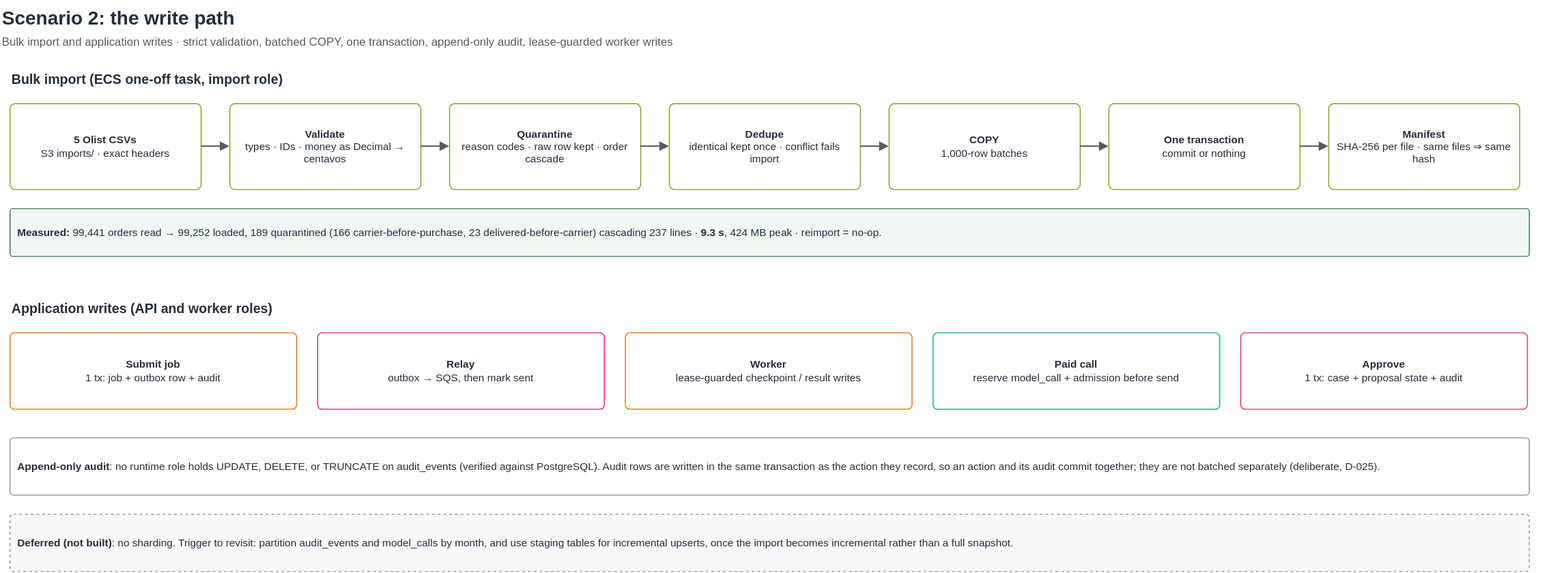
Above: docs/diagrams/write-path.svg in abh2050/ontology-ops (draw.io), before the change. Source tidied: cells renumbered, new cells last; positions are measured from the earlier drawing's top-left corner, leaving out a move shared by most shapes.
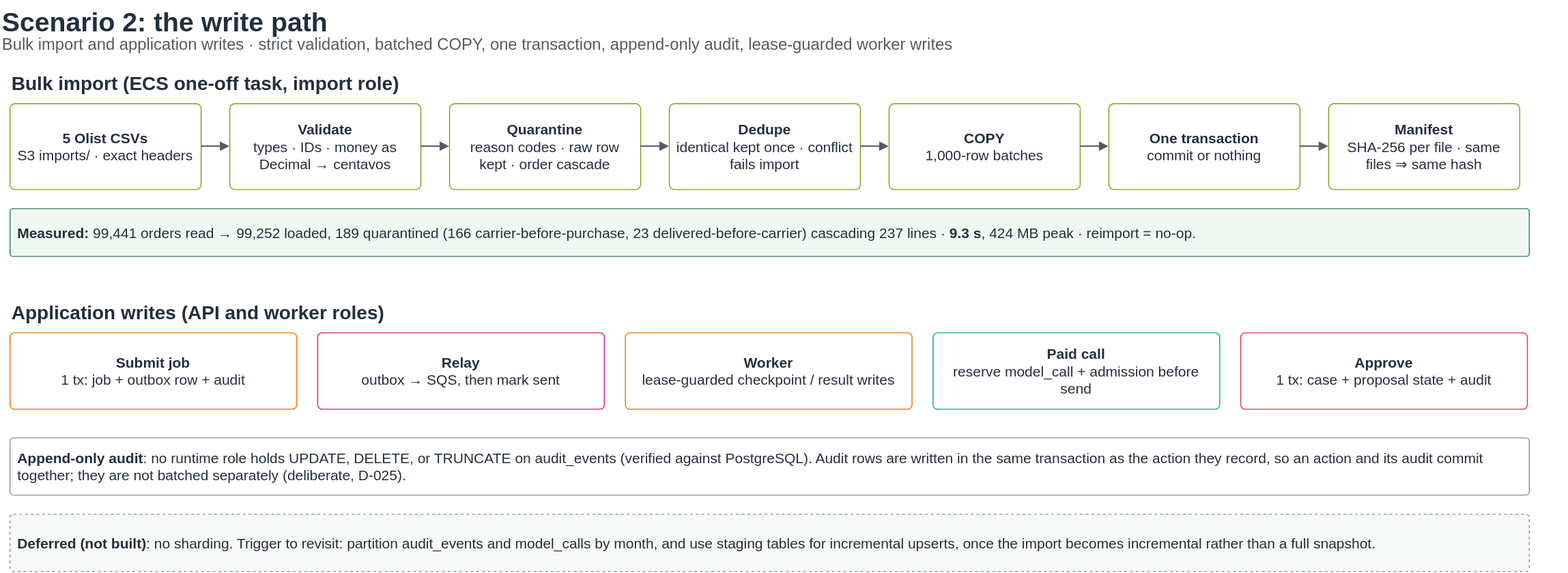
The same file after the commit.

What changed in the source:
```diff
@@ -2,79 +2,79 @@
   <root>
     <mxCell id="0" />
     <mxCell id="1" parent="0" />
-    <mxCell id="2" value="&lt;b&gt;Scenario 2: the write path&lt;/b&gt;" style="text;html=1;align=left;verticalAlign=top;whiteSpace=wrap;fontSize=20;fontColor=#232F3E;fontStyle=0;" parent="1" vertex="1">
+    <mxCell id="2" value="&lt;b&gt;Scenario 2: the write path&lt;/b&gt;" style="text;html=1;align=left;verticalAlign=top;whiteSpace=wrap;fontSize=28;fontColor=#232F3E;fontStyle=0;" parent="1" vertex="1">
       <mxGeometry width="1640" height="30" as="geometry" />
     </mxCell>
-    <mxCell id="3" value="Bulk import and application writes · strict validation, batched COPY, one transaction, append-only audit, lease-guarded worker writes" style="text;html=1;align=left;verticalAlign=top;whiteSpace=wrap;fontSize=12;fontColor=#545B64;fontStyle=0;" parent="1" vertex="1">
+    <mxCell id="3" value="Bulk import and application writes · strict validation, batched COPY, one transaction, append-only audit, lease-guarded worker writes" style="text;html=1;align=left;verticalAlign=top;whiteSpace=wrap;fontSize=17;fontColor=#545B64;fontStyle=0;" parent="1" vertex="1">
       <mxGeometry y="30" width="1640" height="22" as="geometry" />
     </mxCell>
-    <mxCell id="4" value="&lt;b&gt;Bulk import (ECS one-off task, import role)&lt;/b&gt;" style="text;html=1;align=left;verticalAlign=top;whiteSpace=wrap;fontSize=14;fontColor=#232F3E;fontStyle=0;" parent="1" vertex="1">
+    <mxCell id="4" value="&lt;b&gt;Bulk import (ECS one-off task, import role)&lt;/b&gt;" style="text;html=1;align=left;verticalAlign=top;whiteSpace=wrap;fontSize=20;fontColor=#232F3E;fontStyle=0;" parent="1" vertex="1">
       <mxGeometry x="10" y="68" width="700" height="24" as="geometry" />
     </mxCell>
-    <mxCell id="5" value="&lt;b&gt;5 Olist CSVs&lt;/b&gt;&lt;br&gt;S3 imports/ · exact headers" style="rounded=1;arcSize=6;whiteSpace=wrap;html=1;strokeColor=#7AA116;fillColor=#FFFFFF;fontColor=#232F3E;dashed=0;fontSize=11;align=center;verticalAlign=middle;spacing=8;fontStyle=0;" parent="1" vertex="1">
+    <mxCell id="5" value="&lt;b&gt;5 Olist CSVs&lt;/b&gt;&lt;br&gt;S3 imports/ · exact headers" style="rounded=1;arcSize=6;whiteSpace=wrap;html=1;strokeColor=#7AA116;fillColor=#FFFFFF;fontColor=#232F3E;dashed=0;fontSize=15;align=center;verticalAlign=middle;spacing=8;fontStyle=0;" parent="1" vertex="1">
       <mxGeometry x="10" y="108" width="200" height="90" as="geometry" />
     </mxCell>
-    <mxCell id="6" value="&lt;b&gt;Validate&lt;/b&gt;&lt;br&gt;types · IDs · money as Decimal → centavos" style="rounded=1;arcSize=6;whiteSpace=wrap;html=1;strokeColor=#7AA116;fillColor=#FFFFFF;fontColor=#232F3E;dashed=0;fontSize=11;align=center;verticalAlign=middle;spacing=8;fontStyle=0;" parent="1" vertex="1">
+    <mxCell id="6" value="&lt;b&gt;Validate&lt;/b&gt;&lt;br&gt;types · IDs · money as Decimal → centavos" style="rounded=1;arcSize=6;whiteSpace=wrap;html=1;strokeColor=#7AA116;fillColor=#FFFFFF;fontColor=#232F3E;dashed=0;fontSize=15;align=center;verticalAlign=middle;spacing=8;fontStyle=0;" parent="1" vertex="1">
       <mxGeometry x="240" y="108" width="200" height="90" as="geometry" />
     </mxCell>
-    <mxCell id="7" style="edgeStyle=orthogonalEdgeStyle;rounded=1;html=1;endArrow=block;endFill=1;strokeColor=#545B64;strokeWidth=1.5;dashed=0;fontSize=10;labelBackgroundColor=#ffffff;fontColor=#232F3E;" parent="1" edge="1" source="5" target="6">
+    <mxCell id="7" style="edgeStyle=orthogonalEdgeStyle;rounded=1;html=1;endArrow=block;endFill=1;strokeColor=#545B64;strokeWidth=1.5;dashed=0;fontSize=14;labelBackgroundColor=#ffffff;fontColor=#232F3E;" parent="1" edge="1" source="5" target="6">
       <mxGeometry relative="1" as="geometry" />
     </mxCell>
-    <mxCell id="8" value="&lt;b&gt;Quarantine&lt;/b&gt;&lt;br&gt;reason codes · raw row kept · order cascade" style="rounded=1;arcSize=6;whiteSpace=wrap;html=1;strokeColor=#7AA116;fillColor=#FFFFFF;fontColor=#232F3E;dashed=0;fontSize=11;align=center;verticalAlign=middle;spacing=8;fontStyle=0;" parent="1" vertex="1">
+    <mxCell id="8" value="&lt;b&gt;Quarantine&lt;/b&gt;&lt;br&gt;reason codes · raw row kept · order cascade" style="rounded=1;arcSize=6;whiteSpace=wrap;html=1;strokeColor=#7AA116;fillColor=#FFFFFF;fontColor=#232F3E;dashed=0;fontSize=15;align=center;verticalAlign=middle;spacing=8;fontStyle=0;" parent="1" vertex="1">
       <mxGeometry x="470" y="108" width="200" height="90" as="geometry" />
     </mxCell>
-    <mxCell id="9" style="edgeStyle=orthogonalEdgeStyle;rounded=1;html=1;endArrow=block;endFill=1;strokeColor=#545B64;strokeWidth=1.5;dashed=0;fontSize=10;labelBackgroundColor=#ffffff;fontColor=#232F3E;" parent="1" edge="1" source="6" target="8">
+    <mxCell id="9" style="edgeStyle=orthogonalEdgeStyle;rounded=1;html=1;endArrow=block;endFill=1;strokeColor=#545B64;strokeWidth=1.5;dashed=0;fontSize=14;labelBackgroundColor=#ffffff;fontColor=#232F3E;" parent="1" edge="1" source="6" target="8">
       <mxGeometry relative="1" as="geometry" />
     </mxCell>
-    <mxCell id="10" value="&lt;b&gt;Dedupe&lt;/b&gt;&lt;br&gt;identical kept once · conflict fails import" style="rounded=1;arcSize=6;whiteSpace=wrap;html=1;strokeColor=#7AA116;fillColor=#FFFFFF;fontColor=#232F3E;dashed=0;fontSize=11;align=center;verticalAlign=middle;spacing=8;fontStyle=0;" parent="1" vertex="1">
+    <mxCell id="10" value="&lt;b&gt;Dedupe&lt;/b&gt;&lt;br&gt;identical kept once · conflict fails import" style="rounded=1;arcSize=6;whiteSpace=wrap;html=1;strokeColor=#7AA116;fillColor=#FFFFFF;fontColor=#232F3E;dashed=0;fontSize=15;align=center;verticalAlign=middle;spacing=8;fontStyle=0;" parent="1" vertex="1">
       <mxGeometry x="700" y="108" width="200" height="90" as="geometry" />
     </mxCell>
-    <mxCell id="11" style="edgeStyle=orthogonalEdgeStyle;rounded=1;html=1;endArrow=block;endFill=1;strokeColor=#545B64;strokeWidth=1.5;dashed=0;fontSize=10;labelBackgroundColor=#ffffff;fontColor=#232F3E;" parent="1" edge="1" source="8" target="10">
+    <mxCell id="11" style="edgeStyle=orthogonalEdgeStyle;rounded=1;html=1;endArrow=block;endFill=1;strokeColor=#545B64;strokeWidth=1.5;dashed=0;fontSize=14;labelBackgroundColor=#ffffff;fontColor=#232F3E;" parent="1" edge="1" source="8" target="10">
       <mxGeometry relative="1" as="geometry" />
     </mxCell>
-    <mxCell id="12" value="&lt;b&gt;COPY&lt;/b&gt;&lt;br&gt;1,000-row batches" style="rounded=1;arcSize=6;whiteSpace=wrap;html=1;strokeColor=#7AA116;fillColor=#FFFFFF;fontColor=#232F3E;dashed=0;fontSize=11;align=center;verticalAlign=middle;spacing=8;fontStyle=0;" parent="1" vertex="1">
+    <mxCell id="12" value="&lt;b&gt;COPY&lt;/b&gt;&lt;br&gt;1,000-row batches" style="rounded=1;arcSize=6;whiteSpace=wrap;html=1;strokeColor=#7AA116;fillColor=#FFFFFF;fontColor=#232F3E;dashed=0;fontSize=15;align=center;verticalAlign=middle;spacing=8;fontStyle=0;" parent="1" vertex="1">
       <mxGeometry x="930" y="108" width="200" height="90" as="geometry" />
     </mxCell>
-    <mxCell id="13" style="edgeStyle=orthogonalEdgeStyle;rounded=1;html=1;endArrow=block;endFill=1;strokeColor=#545B64;strokeWidth=1.5;dashed=0;fontSize=10;labelBackgroundColor=#ffffff;fontColor=#232F3E;" parent="1" edge="1" source="10" target="12">
+    <mxCell id="13" style="edgeStyle=orthogonalEdgeStyle;rounded=1;html=1;endArrow=block;endFill=1;strokeColor=#545B64;strokeWidth=1.5;dashed=0;fontSize=14;labelBackgroundColor=#ffffff;fontColor=#232F3E;" parent="1" edge="1" source="10" target="12">
       <mxGeometry relative="1" as="geometry" />
     </mxCell>
-    <mxCell id="14" value="&lt;b&gt;One transaction&lt;/b&gt;&lt;br&gt;commit or nothing" style="rounded=1;arcSize=6;whiteSpace=wrap;html=1;strokeColor=#7AA116;fillColor=#FFFFFF;fontColor=#232F3E;dashed=0;fontSize=11;align=center;verticalAlign=middle;spacing=8;fontStyle=0;" parent="1" vertex="1">
+    <mxCell id="14" value="&lt;b&gt;One transaction&lt;/b&gt;&lt;br&gt;commit or nothing" style="rounded=1;arcSize=6;whiteSpace=wrap;html=1;strokeColor=#7AA116;fillColor=#FFFFFF;fontColor=#232F3E;dashed=0;fontSize=15;align=center;verticalAlign=middle;spacing=8;fontStyle=0;" parent="1" vertex="1">
       <mxGeometry x="1160" y="108" width="200" height="90" as="geometry" />
     </mxCell>
-    <mxCell id="15" style="edgeStyle=orthogonalEdgeStyle;rounded=1;html=1;endArrow=block;endFill=1;strokeColor=#545B64;strokeWidth=1.5;dashed=0;fontSize=10;labelBackgroundColor=#ffffff;fontColor=#232F3E;" parent="1" edge="1" source="12" target="14">
+    <mxCell id="15" style="edgeStyle=orthogonalEdgeStyle;rounded=1;html=1;endArrow=block;endFill=1;strokeColor=#545B64;strokeWidth=1.5;dashed=0;fontSize=14;labelBackgroundColor=#ffffff;fontColor=#232F3E;" parent="1" edge="1" source="12" target="14">
       <mxGeometry relative="1" as="geometry" />
     </mxCell>
-    <mxCell id="16" value="&lt;b&gt;Manifest&lt;/b&gt;&lt;br&gt;SHA-256 per file · same files ⇒ same hash" style="rounded=1;arcSize=6;whiteSpace=wrap;html=1;strokeColor=#7AA116;fillColor=#FFFFFF;fontColor=#232F3E;dashed=0;fontSize=11;align=center;verticalAlign=middle;spacing=8;fontStyle=0;" parent="1" vertex="1">
+    <mxCell id="16" value="&lt;b&gt;Manifest&lt;/b&gt;&lt;br&gt;SHA-256 per file · same files ⇒ same hash" style="rounded=1;arcSize=6;whiteSpace=wrap;html=1;strokeColor=#7AA116;fillColor=#FFFFFF;fontColor=#232F3E;dashed=0;fontSize=15;align=center;verticalAlign=middle;spacing=8;fontStyle=0;" parent="1" vertex="1">
       <mxGeometry x="1390" y="108" width="200" height="90" as="geometry" />
     </mxCell>
-    <mxCell id="17" style="edgeStyle=orthogonalEdgeStyle;rounded=1;html=1;endArrow=block;endFill=1;strokeColor=#545B64;strokeWidth=1.5;dashed=0;fontSize=10;labelBackgroundColor=#ffffff;fontColor=#232F3E;" parent="1" edge="1" source="14" target="16">
+    <mxCell id="17" style="edgeStyle=orthogonalEdgeStyle;rounded=1;html=1;endArrow=block;endFill=1;strokeColor=#545B64;strokeWidth=1.5;dashed=0;fontSize=14;labelBackgroundColor=#ffffff;fontColor=#232F3E;" parent="1" edge="1" source="14" target="16">
       <mxGeometry relative="1" as="geometry" />
     </mxCell>
-    <mxCell id="18" value="&lt;b&gt;Measured:&lt;/b&gt; 99,441 orders read → 99,252 loaded, 189 quarantined (166 carrier-before-purchase, 23 delivered-before-carrier) cascading 237 lines · &lt;b&gt;9.3 s&lt;/b&gt;, 424 MB peak · reimport = no-op." style="rounded=1;arcSize=6;whiteSpace=wrap;html=1;strokeColor=#2F7D4F;fillColor=#F1F8F3;fontColor=#232F3E;dashed=0;fontSize=11;align=left;verticalAlign=middle;spacing=8;fontStyle=0;" parent="1" vertex="1">
+    <mxCell id="18" value="&lt;b&gt;Measured:&lt;/b&gt; 99,441 orders read → 99,252 loaded, 189 quarantined (166 carrier-before-purchase, 23 delivered-before-carrier) cascading 237 lines · &lt;b&gt;9.3 s&lt;/b&gt;, 424 MB peak · reimport = no-op." style="rounded=1;arcSize=6;whiteSpace=wrap;html=1;strokeColor=#2F7D4F;fillColor=#F1F8F3;fontColor=#232F3E;dashed=0;fontSize=15;align=left;verticalAlign=middle;spacing=8;fontStyle=0;" parent="1" vertex="1">
       <mxGeometry x="10" y="218" width="1590" height="50" as="geometry" />
     </mxCell>
-    <mxCell id="19" value="&lt;b&gt;Application writes (API and worker roles)&lt;/b&gt;" style="text;html=1;align=left;verticalAlign=top;whiteSpace=wrap;fontSize=14;fontColor=#232F3E;fontStyle=0;" parent="1" vertex="1">
+    <mxCell id="19" value="&lt;b&gt;Application writes (API and worker roles)&lt;/b&gt;" style="text;html=1;align=left;verticalAlign=top;whiteSpace=wrap;fontSize=20;fontColor=#232F3E;fontStyle=0;" parent="1" vertex="1">
       <mxGeometry x="10" y="308" width="700" height="24" as="geometry" />
     </mxCell>
-    <mxCell id="20" value="&lt;b&gt;Submit job&lt;/b&gt;&lt;br&gt;1 tx: job + outbox row + audit" style="rounded=1;arcSize=6;whiteSpace=wrap;html=1;strokeColor=#ED7100;fillColor=#FFFFFF;fontColor=#232F3E;dashed=0;fontSize=11;align=center;verticalAlign=middle;spacing=8;fontStyle=0;" parent="1" vertex="1">
+    <mxCell id="20" value="&lt;b&gt;Submit job&lt;/b&gt;&lt;br&gt;1 tx: job + outbox row + audit" style="rounded=1;arcSize=6;whiteSpace=wrap;html=1;strokeColor=#ED7100;fillColor=#FFFFFF;fontColor=#232F3E;dashed=0;fontSize=15;align=center;verticalAlign=middle;spacing=8;fontStyle=0;" parent="1" vertex="1">
       <mxGeometry x="10" y="348" width="300" height="80" as="geometry" />
     </mxCell>
-    <mxCell id="21" value="&lt;b&gt;Relay&lt;/b&gt;&lt;br&gt;outbox → SQS, then mark sent" style="rounded=1;arcSize=6;whiteSpace=wrap;html=1;strokeColor=#E7157B;fillColor=#FFFFFF;fontColor=#232F3E;dashed=0;fontSize=11;align=center;verticalAlign=middle;spacing=8;fontStyle=0;" parent="1" vertex="1">
+    <mxCell id="21" value="&lt;b&gt;Relay&lt;/b&gt;&lt;br&gt;outbox → SQS, then mark sent" style="rounded=1;arcSize=6;whiteSpace=wrap;html=1;strokeColor=#E7157B;fillColor=#FFFFFF;fontColor=#232F3E;dashed=0;fontSize=15;align=center;verticalAlign=middle;spacing=8;fontStyle=0;" parent="1" vertex="1">
       <mxGeometry x="332" y="348" width="300" height="80" as="geometry" />
     </mxCell>
-    <mxCell id="22" value="&lt;b&gt;Worker&lt;/b&gt;&lt;br&gt;lease-guarded checkpoint / result writes" style="rounded=1;arcSize=6;whiteSpace=wrap;html=1;strokeColor=#ED7100;fillColor=#FFFFFF;fontColor=#232F3E;dashed=0;fontSize=11;align=center;verticalAlign=middle;spacing=8;fontStyle=0;" parent="1" vertex="1">
+    <mxCell id="22" value="&lt;b&gt;Worker&lt;/b&gt;&lt;br&gt;lease-guarded checkpoint / result writes" style="rounded=1;arcSize=6;whiteSpace=wrap;html=1;strokeColor=#ED7100;fillColor=#FFFFFF;fontColor=#232F3E;dashed=0;fontSize=15;align=center;verticalAlign=middle;spacing=8;fontStyle=0;" parent="1" vertex="1">
       <mxGeometry x="654" y="348" width="300" height="80" as="geometry" />
     </mxCell>
-    <mxCell id="23" value="&lt;b&gt;Paid call&lt;/b&gt;&lt;br&gt;reserve model_call + admission before send" style="rounded=1;arcSize=6;whiteSpace=wrap;html=1;strokeColor=#01A88D;fillColor=#FFFFFF;fontColor=#232F3E;dashed=0;fontSize=11;align=center;verticalAlign=middle;spacing=8;fontStyle=0;" parent="1" vertex="1">
+    <mxCell id="23" value="&lt;b&gt;Paid call&lt;/b&gt;&lt;br&gt;reserve model_call + admission before send" style="rounded=1;arcSize=6;whiteSpace=wrap;html=1;strokeColor=#01A88D;fillColor=#FFFFFF;fontColor=#232F3E;dashed=0;fontSize=15;align=center;verticalAlign=middle;spacing=8;fontStyle=0;" parent="1" vertex="1">
       <mxGeometry x="976" y="348" width="300" height="80" as="geometry" />
     </mxCell>
-    <mxCell id="24" value="&lt;b&gt;Approve&lt;/b&gt;&lt;br&gt;1 tx: case + proposal state + audit" style="rounded=1;arcSize=6;whiteSpace=wrap;html=1;strokeColor=#DD344C;fillColor=#FFFFFF;fontColor=#232F3E;dashed=0;fontSize=11;align=center;verticalAlign=middle;spacing=8;fontStyle=0;" parent="1" vertex="1">
+    <mxCell id="24" value="&lt;b&gt;Approve&lt;/b&gt;&lt;br&gt;1 tx: case + proposal state + audit" style="rounded=1;arcSize=6;whiteSpace=wrap;html=1;strokeColor=#DD344C;fillColor=#FFFFFF;fontColor=#232F3E;dashed=0;fontSize=15;align=center;verticalAlign=middle;spacing=8;fontStyle=0;" parent="1" vertex="1">
       <mxGeometry x="1298" y="348" width="300" height="80" as="geometry" />
     </mxCell>
-    <mxCell id="25" value="&lt;b&gt;Append-only audit&lt;/b&gt;: no runtime role holds UPDATE, DELETE, or TRUNCATE on audit_events (verified against PostgreSQL). Audit rows are written in the same transaction as the action they record, so an action and its audit commit together; they are not batched separately (deliberate, D-025)." style="rounded=1;arcSize=6;whiteSpace=wrap;html=1;strokeColor=#879196;fillColor=#FFFFFF;fontColor=#232F3E;dashed=0;fontSize=11;align=left;verticalAlign=middle;spacing=8;fontStyle=0;" parent="1" vertex="1">
+    <mxCell id="25" value="&lt;b&gt;Append-only audit&lt;/b&gt;: no runtime role holds UPDATE, DELETE, or TRUNCATE on audit_events (verified against PostgreSQL). Audit rows are written in the same transaction as the action they record, so an action and its audit commit together; they are not batched separately (deliberate, D-025)." style="rounded=1;arcSize=6;whiteSpace=wrap;html=1;strokeColor=#879196;fillColor=#FFFFFF;fontColor=#232F3E;dashed=0;fontSize=15;align=left;verticalAlign=middle;spacing=8;fontStyle=0;" parent="1" vertex="1">
       <mxGeometry x="10" y="458" width="1590" height="60" as="geometry" />
     </mxCell>
-    <mxCell id="26" value="&lt;b&gt;Deferred (not built)&lt;/b&gt;: no sharding. Trigger to revisit: partition audit_events and model_calls by month, and use staging tables for incremental upserts, once the import becomes incremental rather than a full snapshot." style="rounded=1;arcSize=6;whiteSpace=wrap;html=1;strokeColor=#879196;fillColor=#F7F8F8;fontColor=#232F3E;dashed=1;fontSize=11;align=left;verticalAlign=middle;spacing=8;fontStyle=0;" parent="1" vertex="1">
+    <mxCell id="26" value="&lt;b&gt;Deferred (not built)&lt;/b&gt;: no sharding. Trigger to revisit: partition audit_events and model_calls by month, and use staging tables for incremental upserts, once the import becomes incremental rather than a full snapshot." style="rounded=1;arcSize=6;whiteSpace=wrap;html=1;strokeColor=#879196;fillColor=#F7F8F8;fontColor=#232F3E;dashed=1;fontSize=15;align=left;verticalAlign=middle;spacing=8;fontStyle=0;" parent="1" vertex="1">
       <mxGeometry x="10" y="538" width="1590" height="60" as="geometry" />
     </mxCell>
   </root>
```
